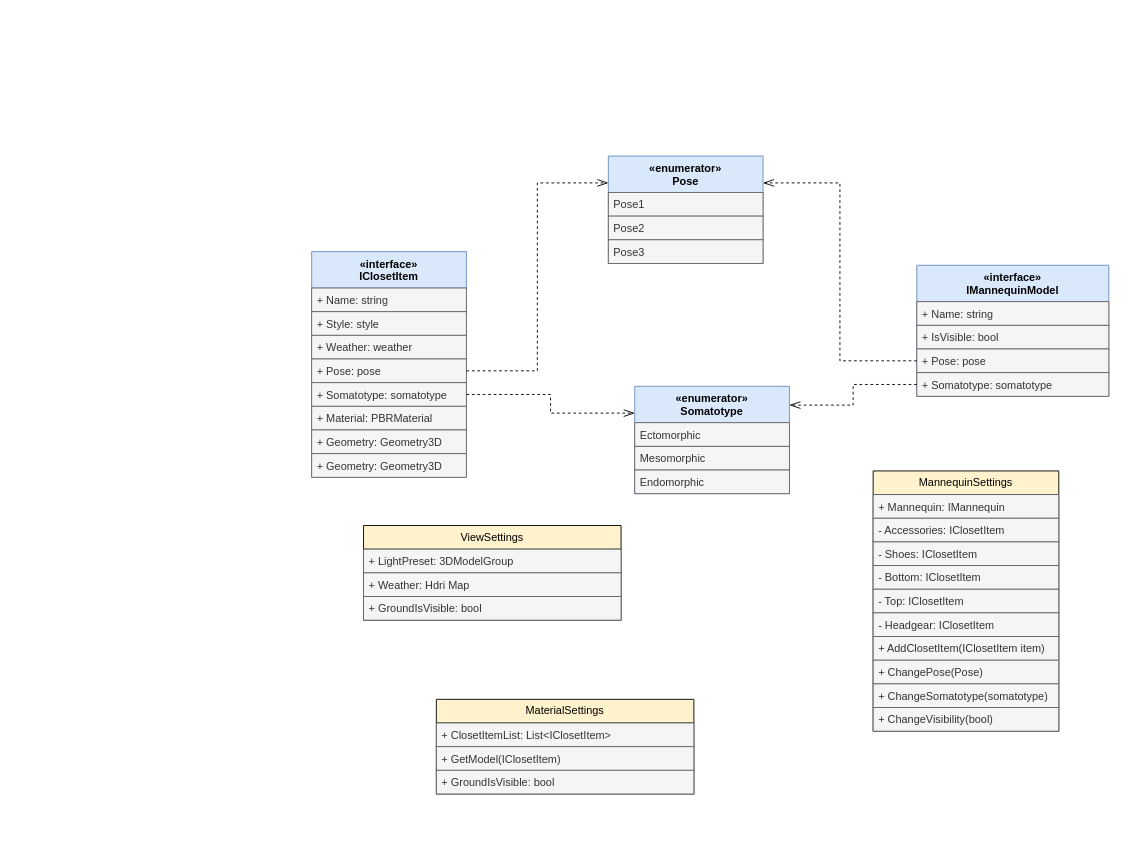
TimmyChannel/Your-Own-Stylits keeps this draw.io diagram as Docs/Class Diagram.drawio. Above is the earlier version. Source tidied: cells renumbered, new cells numbered last; positions are measured from the earlier drawing's top-left corner, leaving out a move shared by most shapes. Both pictures are drawn from the tidied source at 91%, with x=0, y=0 at pixel (311, 156).
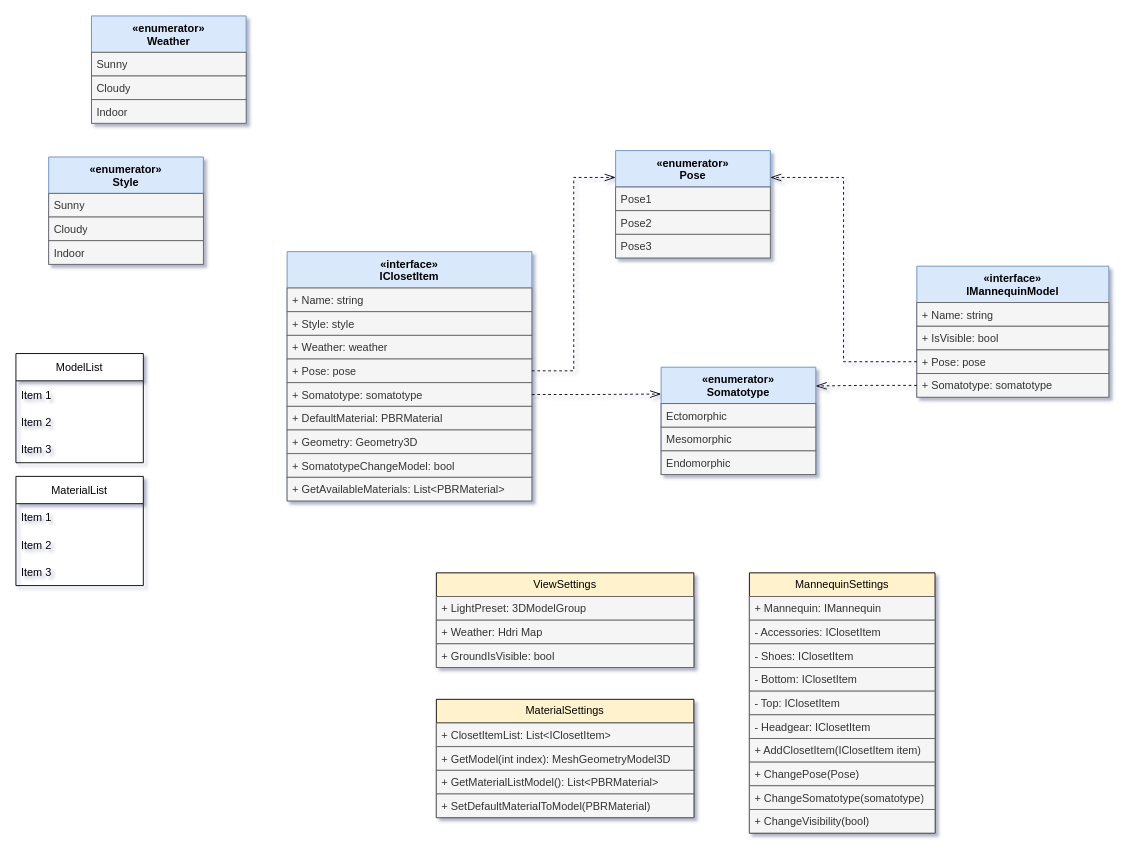
The same page after the edit.

Commit message (it also covers changes not shown here):
Added to Class Diagram 2 Enums

The edit, as a diff of the source:
```diff
@@
-<mxGraphModel>
+<mxGraphModel shadow="1">
@@
     <mxCell id="2" value="«interface»&lt;br&gt;IClosetItem" style="swimlane;fontStyle=1;align=center;verticalAlign=top;horizontal=1;startSize=40;whiteSpace=wrap;html=1;fillColor=#dae8fc;strokeColor=#6c8ebf;" parent="1" vertex="1">
-      <mxGeometry y="105" width="170" height="248" as="geometry" />
+      <mxGeometry x="-27" y="105" width="269" height="274" as="geometry" />
     </mxCell>
     <mxCell id="3" value="+ Name: string" style="text;strokeColor=#666666;fillColor=#f5f5f5;align=left;verticalAlign=top;spacingLeft=4;spacingRight=4;overflow=hidden;whiteSpace=wrap;html=1;fontColor=#333333;rounded=0;" parent="2" vertex="1">
-      <mxGeometry y="40" width="170" height="26" as="geometry" />
+      <mxGeometry y="40" width="269" height="26" as="geometry" />
     </mxCell>
     <mxCell id="4" value="+ Style: style" style="text;strokeColor=#666666;fillColor=#f5f5f5;align=left;verticalAlign=top;spacingLeft=4;spacingRight=4;overflow=hidden;whiteSpace=wrap;html=1;fontColor=#333333;rounded=0;" parent="2" vertex="1">
-      <mxGeometry y="66" width="170" height="26" as="geometry" />
+      <mxGeometry y="66" width="269" height="26" as="geometry" />
     </mxCell>
     <mxCell id="5" value="+ Weather: weather" style="text;strokeColor=#666666;fillColor=#f5f5f5;align=left;verticalAlign=top;spacingLeft=4;spacingRight=4;overflow=hidden;whiteSpace=wrap;html=1;fontColor=#333333;rounded=0;" parent="2" vertex="1">
-      <mxGeometry y="92" width="170" height="26" as="geometry" />
+      <mxGeometry y="92" width="269" height="26" as="geometry" />
     </mxCell>
     <mxCell id="6" value="+ Pose: pose" style="text;strokeColor=#666666;fillColor=#f5f5f5;align=left;verticalAlign=top;spacingLeft=4;spacingRight=4;overflow=hidden;points=[[0,0.5],[1,0.5]];portConstraint=eastwest;whiteSpace=wrap;html=1;fontColor=#333333;rounded=0;" parent="2" vertex="1">
-      <mxGeometry y="118" width="170" height="26" as="geometry" />
+      <mxGeometry y="118" width="269" height="26" as="geometry" />
     </mxCell>
     <mxCell id="7" value="+ Somatotype: somatotype" style="text;strokeColor=#666666;fillColor=#f5f5f5;align=left;verticalAlign=top;spacingLeft=4;spacingRight=4;overflow=hidden;points=[[0,0.5],[1,0.5]];portConstraint=eastwest;whiteSpace=wrap;html=1;fontColor=#333333;rounded=0;" parent="2" vertex="1">
-      <mxGeometry y="144" width="170" height="26" as="geometry" />
+      <mxGeometry y="144" width="269" height="26" as="geometry" />
     </mxCell>
-    <mxCell id="8" value="+ Material: PBRMaterial" style="text;strokeColor=#666666;fillColor=#f5f5f5;align=left;verticalAlign=top;spacingLeft=4;spacingRight=4;overflow=hidden;whiteSpace=wrap;html=1;fontColor=#333333;rounded=0;" parent="2" vertex="1">
-      <mxGeometry y="170" width="170" height="26" as="geometry" />
+    <mxCell id="8" value="+ DefaultMaterial: PBRMaterial" style="text;strokeColor=#666666;fillColor=#f5f5f5;align=left;verticalAlign=top;spacingLeft=4;spacingRight=4;overflow=hidden;whiteSpace=wrap;html=1;fontColor=#333333;rounded=0;" parent="2" vertex="1">
+      <mxGeometry y="170" width="269" height="26" as="geometry" />
     </mxCell>
     <mxCell id="9" value="+ Geometry: Geometry3D" style="text;strokeColor=#666666;fillColor=#f5f5f5;align=left;verticalAlign=top;spacingLeft=4;spacingRight=4;overflow=hidden;whiteSpace=wrap;html=1;fontColor=#333333;rounded=0;" parent="2" vertex="1">
-      <mxGeometry y="196" width="170" height="26" as="geometry" />
+      <mxGeometry y="196" width="269" height="26" as="geometry" />
     </mxCell>
-    <mxCell id="10" value="+ Geometry: Geometry3D" style="text;strokeColor=#666666;fillColor=#f5f5f5;align=left;verticalAlign=top;spacingLeft=4;spacingRight=4;overflow=hidden;whiteSpace=wrap;html=1;fontColor=#333333;rounded=0;" parent="2" vertex="1">
-      <mxGeometry y="222" width="170" height="26" as="geometry" />
-    </mxCell>
+    <mxCell id="47" value="+ SomatotypeChangeModel: bool" style="text;strokeColor=#666666;fillColor=#f5f5f5;align=left;verticalAlign=top;spacingLeft=4;spacingRight=4;overflow=hidden;whiteSpace=wrap;html=1;fontColor=#333333;rounded=0;" parent="2" vertex="1">
+      <mxGeometry y="222" width="269" height="26" as="geometry" />
+    </mxCell>
+    <mxCell id="48" value="+ GetAvailableMaterials: List&amp;lt;PBRMaterial&amp;gt;" style="text;strokeColor=#666666;fillColor=#f5f5f5;align=left;verticalAlign=top;spacingLeft=4;spacingRight=4;overflow=hidden;whiteSpace=wrap;html=1;fontColor=#333333;rounded=0;" parent="2" vertex="1">
+      <mxGeometry y="248" width="269" height="26" as="geometry" />
+    </mxCell>
     <mxCell id="11" value="«interface»&lt;br&gt;IMannequinModel" style="swimlane;fontStyle=1;align=center;verticalAlign=top;horizontal=1;startSize=40;whiteSpace=wrap;html=1;fillColor=#dae8fc;strokeColor=#6c8ebf;" parent="1" vertex="1">
-      <mxGeometry x="665" y="120" width="211" height="144" as="geometry" />
+      <mxGeometry x="665" y="121" width="211" height="144" as="geometry" />
     </mxCell>
@@
     <mxCell id="16" value="«enumerator»&lt;br&gt;Somatotype" style="swimlane;fontStyle=1;align=center;verticalAlign=top;horizontal=1;startSize=40;whiteSpace=wrap;html=1;fillColor=#dae8fc;strokeColor=#6c8ebf;" parent="1" vertex="1">
-      <mxGeometry x="355" y="253" width="170" height="118" as="geometry" />
+      <mxGeometry x="384" y="232" width="170" height="118" as="geometry" />
     </mxCell>
@@
     <mxCell id="20" value="«enumerator»&lt;br&gt;Pose" style="swimlane;fontStyle=1;align=center;verticalAlign=top;horizontal=1;startSize=40;whiteSpace=wrap;html=1;fillColor=#dae8fc;strokeColor=#6c8ebf;" parent="1" vertex="1">
-      <mxGeometry x="326" width="170" height="118" as="geometry" />
+      <mxGeometry x="334" y="-6" width="170" height="118" as="geometry" />
     </mxCell>
@@
+    <mxCell id="49" value="«enumerator»&lt;br&gt;Style" style="swimlane;fontStyle=1;align=center;verticalAlign=top;horizontal=1;startSize=40;whiteSpace=wrap;html=1;fillColor=#dae8fc;strokeColor=#6c8ebf;" parent="1" vertex="1">
+      <mxGeometry x="-289" y="1" width="170" height="118" as="geometry" />
+    </mxCell>
+    <mxCell id="50" value="Sunny" style="text;strokeColor=#666666;fillColor=#f5f5f5;align=left;verticalAlign=top;spacingLeft=4;spacingRight=4;overflow=hidden;whiteSpace=wrap;html=1;fontColor=#333333;rounded=0;" parent="49" vertex="1">
+      <mxGeometry y="40" width="170" height="26" as="geometry" />
+    </mxCell>
+    <mxCell id="51" value="Cloudy" style="text;strokeColor=#666666;fillColor=#f5f5f5;align=left;verticalAlign=top;spacingLeft=4;spacingRight=4;overflow=hidden;whiteSpace=wrap;html=1;fontColor=#333333;rounded=0;" parent="49" vertex="1">
+      <mxGeometry y="66" width="170" height="26" as="geometry" />
+    </mxCell>
+    <mxCell id="52" value="Indoor" style="text;strokeColor=#666666;fillColor=#f5f5f5;align=left;verticalAlign=top;spacingLeft=4;spacingRight=4;overflow=hidden;whiteSpace=wrap;html=1;fontColor=#333333;rounded=0;" parent="49" vertex="1">
+      <mxGeometry y="92" width="170" height="26" as="geometry" />
+    </mxCell>
@@
     <mxCell id="25" value="MannequinSettings" style="swimlane;fontStyle=0;horizontal=1;startSize=26;fillColor=#fff2cc;whiteSpace=wrap;html=1;strokeColor=#000000;" parent="1" vertex="1">
-      <mxGeometry x="617" y="346" width="204" height="286" as="geometry" />
+      <mxGeometry x="481" y="458" width="204" height="286" as="geometry" />
     </mxCell>
@@
-    <mxCell id="36" style="edgeStyle=orthogonalEdgeStyle;rounded=0;jettySize=auto;html=1;entryX=0;entryY=0.25;entryDx=0;entryDy=0;dashed=1;endArrow=openThin;endFill=0;endSize=10;" parent="1" edge="1" source="7" target="16">
+    <mxCell id="36" style="rounded=0;jettySize=auto;html=1;entryX=0;entryY=0.25;entryDx=0;entryDy=0;dashed=1;endArrow=openThin;endFill=0;endSize=10;edgeStyle=orthogonalEdgeStyle;" parent="1" edge="1" source="7" target="16">
       <mxGeometry relative="1" as="geometry" />
     </mxCell>
@@
     <mxCell id="39" value="ViewSettings" style="swimlane;fontStyle=0;horizontal=1;startSize=26;fillColor=#fff2cc;whiteSpace=wrap;html=1;strokeColor=#000000;" parent="1" vertex="1">
-      <mxGeometry x="57" y="406" width="283" height="104" as="geometry" />
+      <mxGeometry x="137" y="458" width="283" height="104" as="geometry" />
     </mxCell>
@@
     <mxCell id="43" value="MaterialSettings" style="swimlane;fontStyle=0;horizontal=1;startSize=26;fillColor=#fff2cc;whiteSpace=wrap;html=1;strokeColor=#000000;" parent="1" vertex="1">
-      <mxGeometry x="137" y="597" width="283" height="104" as="geometry" />
+      <mxGeometry x="137" y="597" width="283" height="130" as="geometry" />
     </mxCell>
@@
-    <mxCell id="45" value="+ GetModel(IClosetItem)" style="text;strokeColor=#666666;fillColor=#f5f5f5;align=left;verticalAlign=top;spacingLeft=4;spacingRight=4;overflow=hidden;whiteSpace=wrap;html=1;fontColor=#333333;rounded=0;" parent="43" vertex="1">
+    <mxCell id="45" value="+ GetModel(int index): MeshGeometryModel3D" style="text;strokeColor=#666666;fillColor=#f5f5f5;align=left;verticalAlign=top;spacingLeft=4;spacingRight=4;overflow=hidden;whiteSpace=wrap;html=1;fontColor=#333333;rounded=0;" parent="43" vertex="1">
       <mxGeometry y="52" width="283" height="26" as="geometry" />
     </mxCell>
-    <mxCell id="46" value="+ GroundIsVisible: bool" style="text;strokeColor=#666666;fillColor=#f5f5f5;align=left;verticalAlign=top;spacingLeft=4;spacingRight=4;overflow=hidden;whiteSpace=wrap;html=1;fontColor=#333333;rounded=0;" parent="43" vertex="1">
+    <mxCell id="46" value="+ GetMaterialListModel(): List&amp;lt;PBRMaterial&amp;gt;" style="text;strokeColor=#666666;fillColor=#f5f5f5;align=left;verticalAlign=top;spacingLeft=4;spacingRight=4;overflow=hidden;whiteSpace=wrap;html=1;fontColor=#333333;rounded=0;" parent="43" vertex="1">
       <mxGeometry y="78" width="283" height="26" as="geometry" />
     </mxCell>
+    <mxCell id="53" value="+ SetDefaultMaterialToModel(PBRMaterial)" style="text;strokeColor=#666666;fillColor=#f5f5f5;align=left;verticalAlign=top;spacingLeft=4;spacingRight=4;overflow=hidden;whiteSpace=wrap;html=1;fontColor=#333333;rounded=0;" parent="43" vertex="1">
+      <mxGeometry y="104" width="283" height="26" as="geometry" />
+    </mxCell>
+    <mxCell id="54" value="ModelList" style="swimlane;fontStyle=0;horizontal=1;startSize=30;" parent="1" vertex="1">
+      <mxGeometry x="-325" y="217" width="140" height="120" as="geometry" />
+    </mxCell>
+    <mxCell id="55" value="Item 1" style="text;strokeColor=none;fillColor=none;align=left;verticalAlign=middle;spacingLeft=4;spacingRight=4;overflow=hidden;" parent="54" vertex="1">
+      <mxGeometry y="30" width="140" height="30" as="geometry" />
+    </mxCell>
+    <mxCell id="56" value="Item 2" style="text;strokeColor=none;fillColor=none;align=left;verticalAlign=middle;spacingLeft=4;spacingRight=4;overflow=hidden;" parent="54" vertex="1">
+      <mxGeometry y="60" width="140" height="30" as="geometry" />
+    </mxCell>
+    <mxCell id="57" value="Item 3" style="text;strokeColor=none;fillColor=none;align=left;verticalAlign=middle;spacingLeft=4;spacingRight=4;overflow=hidden;" parent="54" vertex="1">
+      <mxGeometry y="90" width="140" height="30" as="geometry" />
+    </mxCell>
+    <mxCell id="58" value="MaterialList" style="swimlane;fontStyle=0;horizontal=1;startSize=30;" parent="1" vertex="1">
+      <mxGeometry x="-325" y="352" width="140" height="120" as="geometry" />
+    </mxCell>
+    <mxCell id="59" value="Item 1" style="text;strokeColor=none;fillColor=none;align=left;verticalAlign=middle;spacingLeft=4;spacingRight=4;overflow=hidden;" parent="58" vertex="1">
+      <mxGeometry y="30" width="140" height="30" as="geometry" />
+    </mxCell>
+    <mxCell id="60" value="Item 2" style="text;strokeColor=none;fillColor=none;align=left;verticalAlign=middle;spacingLeft=4;spacingRight=4;overflow=hidden;" parent="58" vertex="1">
+      <mxGeometry y="60" width="140" height="30" as="geometry" />
+    </mxCell>
+    <mxCell id="61" value="Item 3" style="text;strokeColor=none;fillColor=none;align=left;verticalAlign=middle;spacingLeft=4;spacingRight=4;overflow=hidden;" parent="58" vertex="1">
+      <mxGeometry y="90" width="140" height="30" as="geometry" />
+    </mxCell>
+    <mxCell id="62" value="«enumerator»&lt;br&gt;Weather" style="swimlane;fontStyle=1;align=center;verticalAlign=top;horizontal=1;startSize=40;whiteSpace=wrap;html=1;fillColor=#dae8fc;strokeColor=#6c8ebf;" parent="1" vertex="1">
+      <mxGeometry x="-242" y="-154" width="170" height="118" as="geometry" />
+    </mxCell>
+    <mxCell id="63" value="Sunny" style="text;strokeColor=#666666;fillColor=#f5f5f5;align=left;verticalAlign=top;spacingLeft=4;spacingRight=4;overflow=hidden;whiteSpace=wrap;html=1;fontColor=#333333;rounded=0;" parent="62" vertex="1">
+      <mxGeometry y="40" width="170" height="26" as="geometry" />
+    </mxCell>
+    <mxCell id="64" value="Cloudy" style="text;strokeColor=#666666;fillColor=#f5f5f5;align=left;verticalAlign=top;spacingLeft=4;spacingRight=4;overflow=hidden;whiteSpace=wrap;html=1;fontColor=#333333;rounded=0;" parent="62" vertex="1">
+      <mxGeometry y="66" width="170" height="26" as="geometry" />
+    </mxCell>
+    <mxCell id="65" value="Indoor" style="text;strokeColor=#666666;fillColor=#f5f5f5;align=left;verticalAlign=top;spacingLeft=4;spacingRight=4;overflow=hidden;whiteSpace=wrap;html=1;fontColor=#333333;rounded=0;" parent="62" vertex="1">
+      <mxGeometry y="92" width="170" height="26" as="geometry" />
+    </mxCell>
```
